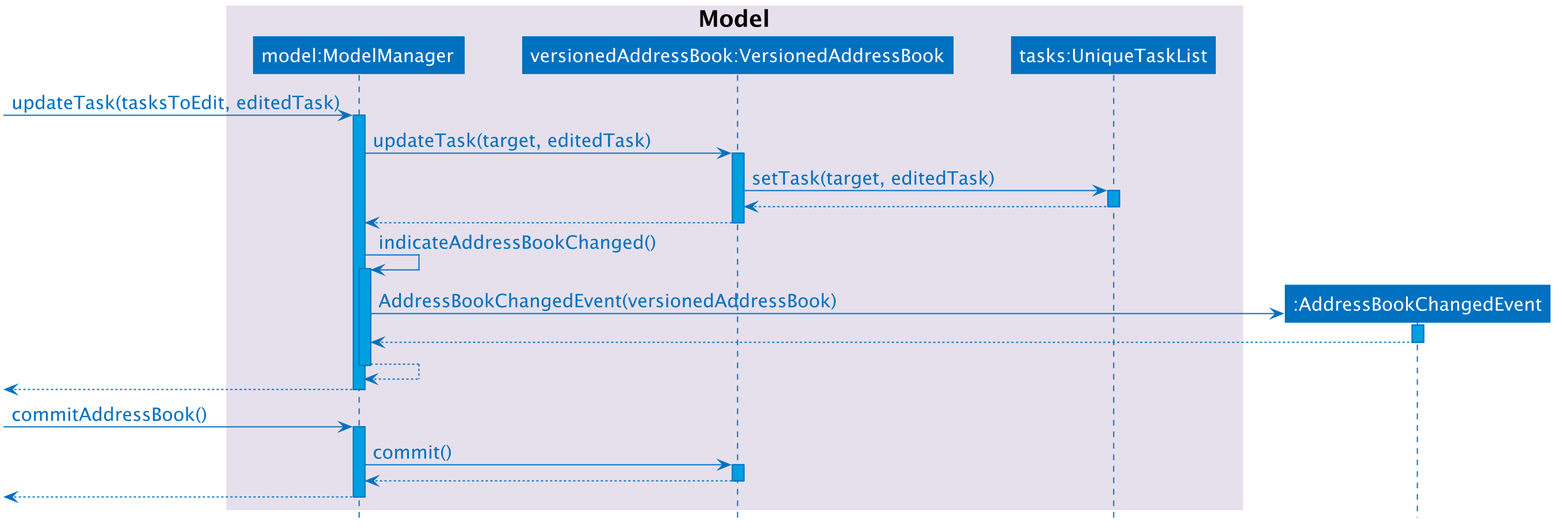
CS2103-AY1819S1-T09-1/main keeps this PlantUML diagram as docs/images/EditTaskModelSequenceDiagram.png. Above is the earlier version.
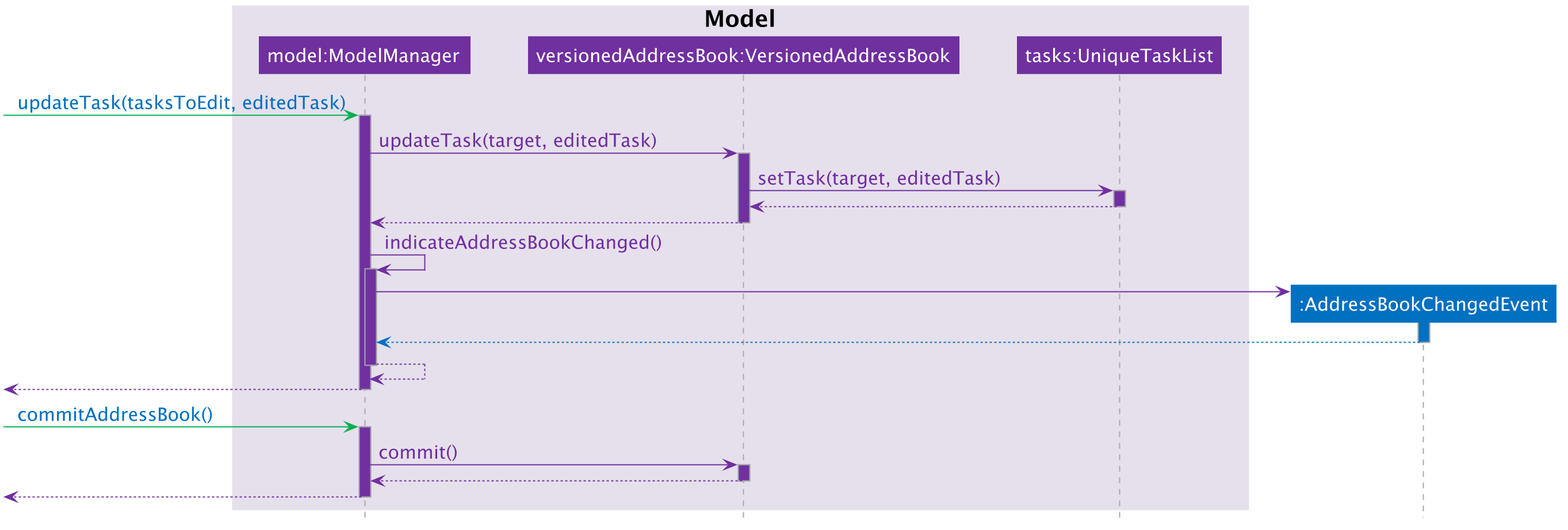
Above is the later version.

Commit message:
Colorise sequence diagram correctly

Diff of the diagram source:
```diff
@@ -5,57 +5,78 @@
 skinparam BoxPadding 10
 skinparam ParticipantPadding 20
 skinparam shadowing false
+hide stereotype
+
 skinparam sequence {
     BoxBorderColor transparent
     BoxFontSize 20
     ParticipantBorderColor #0070C0
     ParticipantBackgroundColor #0070C0
     ParticipantFontColor #FFFFFF
-    LifeLineBorderColor #0070C0
-    LifeLineBackgroundColor #00A0E0
-    ArrowColor #0070C0
-    ArrowBorderColor #0070C0
-    ArrowFontColor #0070C0
+    ParticipantBorderColor<<ui>> #00B050
+    ParticipantBackgroundColor<<ui>> #00B050
+    ParticipantBorderColor<<logic>> #0070C0
+    ParticipantBackgroundColor<<logic>> #0070C0
+    ParticipantBorderColor<<model>> #7030A0
+    ParticipantBackgroundColor<<model>> #7030A0
+    LifeLineBorderColor DarkGrey
+    LifeLineBackgroundColor #7030A0
+    ParticipantFontColor #FFFFFF
+    ArrowColor #7030A0
+    ArrowBorderColor #7030A0
+    ArrowFontColor #7030A0
 }
 
-autoactivate on
 hide footbox
 
 box "Model" #E6E0EC
-    participant modelManager as "model:ModelManager"
-    participant versionedAddressBook as "versionedAddressBook:VersionedAddressBook"
-    participant tasks as "tasks:UniqueTaskList"
+    participant modelManager as "model:ModelManager" <<model>>
+    participant versionedAddressBook as "versionedAddressBook:VersionedAddressBook" <<model>>
+    participant tasks as "tasks:UniqueTaskList" <<model>>
 end box
 
 participant addressBookChangedEvent as ":AddressBookChangedEvent"
 
-[-> modelManager: updateTask(tasksToEdit, editedTask)
+[-[#00B050]> modelManager: <color: #0070C0> updateTask(tasksToEdit, editedTask)
+activate modelManager
 
 modelManager -> versionedAddressBook: updateTask(target, editedTask)
+activate versionedAddressBook
 
 versionedAddressBook -> tasks: setTask(target, editedTask)
+activate tasks
 
 tasks --> versionedAddressBook
+deactivate tasks
 
 versionedAddressBook --> modelManager
+deactivate versionedAddressBook
 
 modelManager -> modelManager: indicateAddressBookChanged()
+activate modelManager
 
 create addressBookChangedEvent
-modelManager -> addressBookChangedEvent: AddressBookChangedEvent(versionedAddressBook)
-addressBookChangedEvent --> modelManager
+modelManager -> addressBookChangedEvent
+activate addressBookChangedEvent #0070C0
+addressBookChangedEvent --[#0070C0]> modelManager
+deactivate addressBookChangedEvent
 
 modelManager --> modelManager
+deactivate modelManager
 
 modelManager -->[
+deactivate modelManager
 
 
-
-[-> modelManager: commitAddressBook()
+[-[#00B050]> modelManager: <color: #0070C0> commitAddressBook()
+activate modelManager
 
 modelManager -> versionedAddressBook: commit()
+activate versionedAddressBook
 
 versionedAddressBook --> modelManager
+deactivate versionedAddressBook
 
 modelManager -->[
+deactivate modelManager
 @enduml
```
